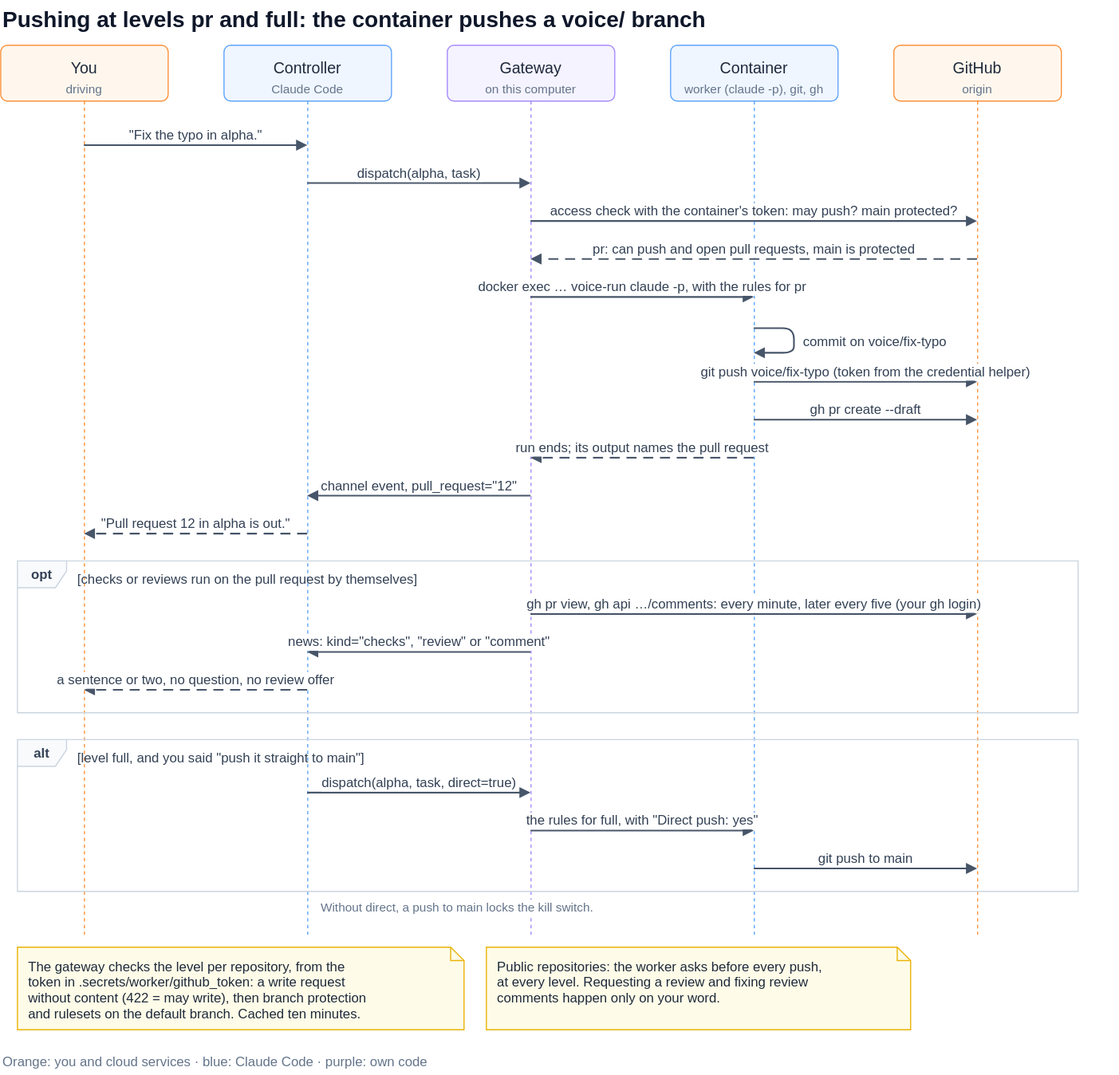
alderg/cc-voice-gateway keeps this draw.io diagram as docs/push-pr.drawio.svg. Above is the earlier version. Source tidied: cells renumbered, new cells last; positions are measured from the earlier drawing's top-left corner, leaving out a move shared by most shapes.
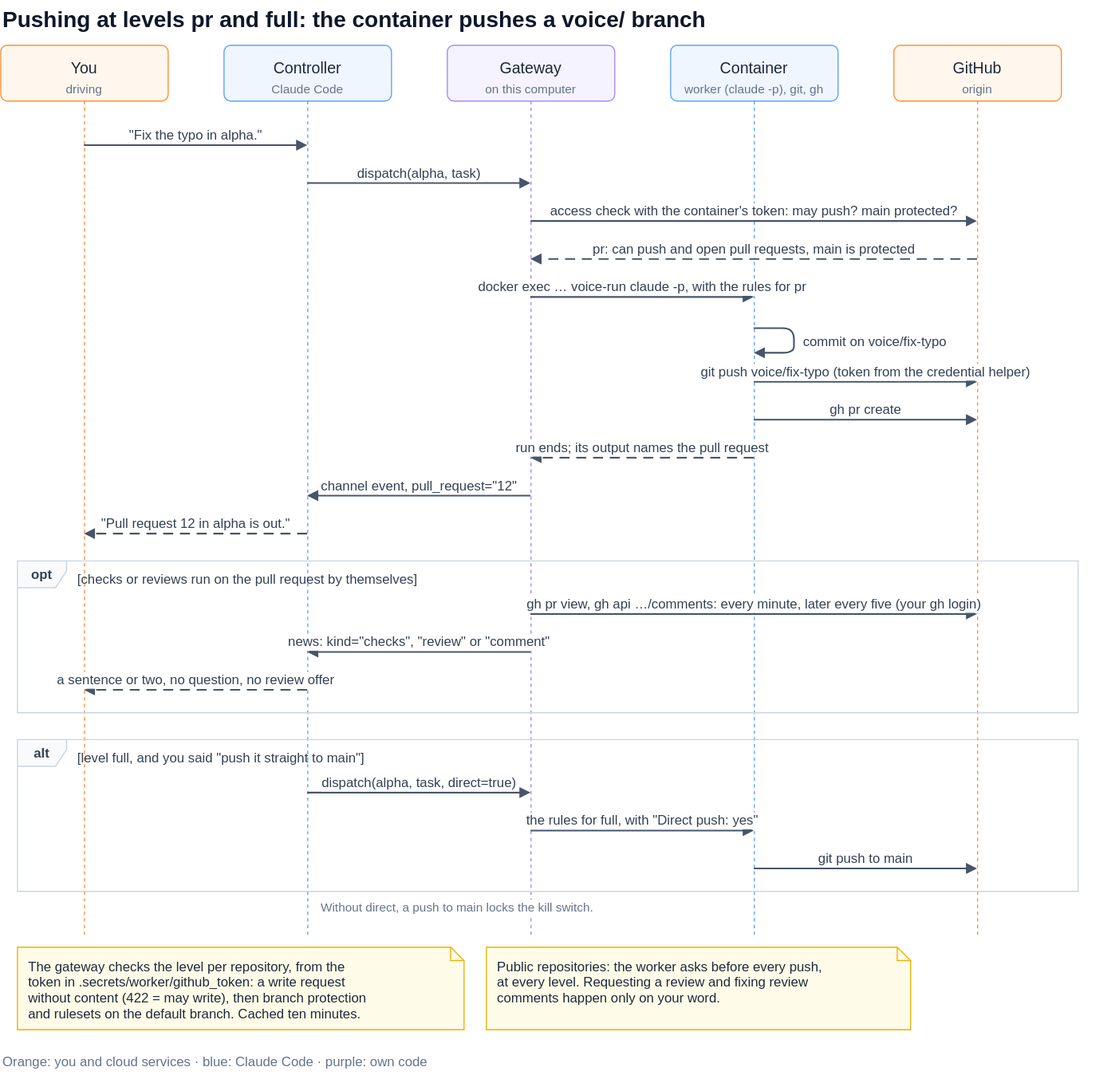
Later version of the same file.

Commit message:
Docs: pull requests ready for review by default, and VOICE_GW_PR_DRAFT

The edit, as a diff of the source:
```diff
@@ -90,7 +90,7 @@
         <mxPoint y="-10" as="offset" />
       </mxGeometry>
     </mxCell>
-    <mxCell id="21" value="gh pr create --draft" style="edgeStyle=none;rounded=1;html=0;endArrow=block;endFill=1;startArrow=none;strokeColor=#475569;strokeWidth=1.5;fontSize=12;fontColor=#334155;labelBackgroundColor=#FFFFFF;endSize=6;" parent="1" edge="1">
+    <mxCell id="21" value="gh pr create" style="edgeStyle=none;rounded=1;html=0;endArrow=block;endFill=1;startArrow=none;strokeColor=#475569;strokeWidth=1.5;fontSize=12;fontColor=#334155;labelBackgroundColor=#FFFFFF;endSize=6;" parent="1" edge="1">
       <mxGeometry relative="1" as="geometry">
         <mxPoint x="675" y="376" as="sourcePoint" />
         <mxPoint x="875" y="376" as="targetPoint" />
```
